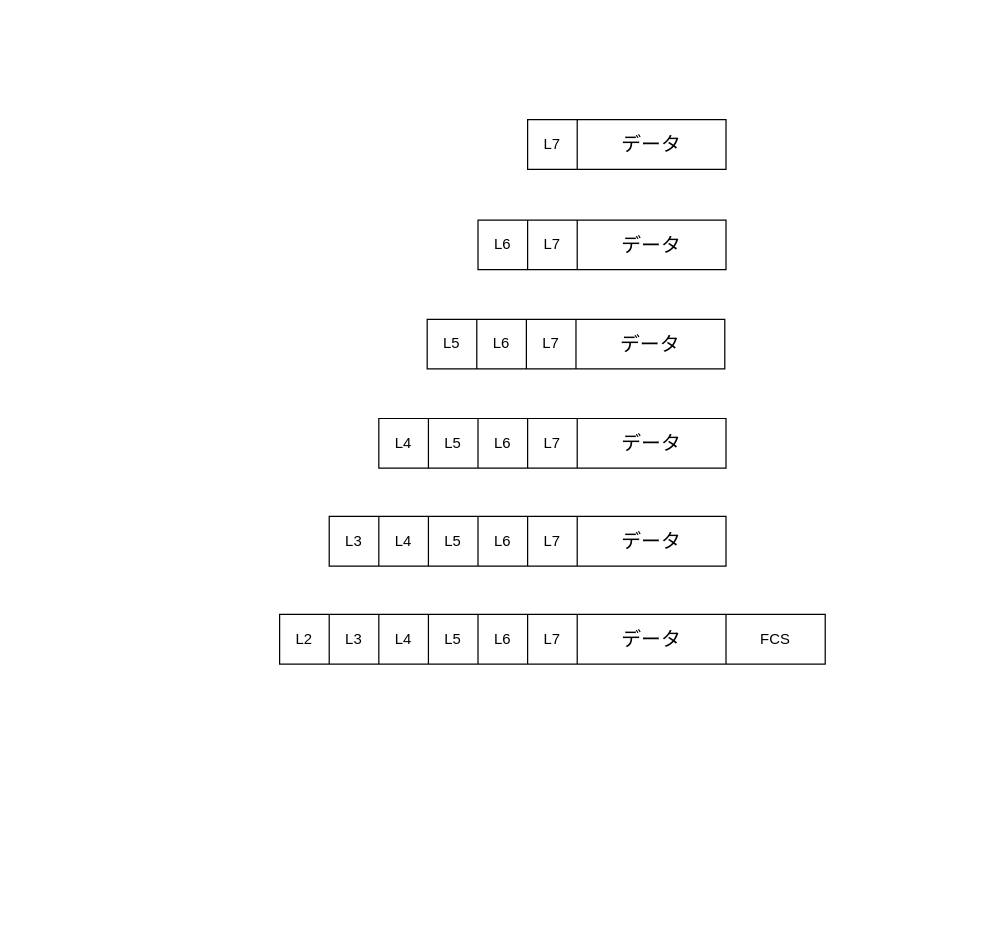
I-Kouta/CCNA_note keeps this draw.io diagram as Lesson1/L1.dio. Above is the earlier version. Source tidied: cells renumbered, new cells numbered last; positions are measured from the earlier drawing's top-left corner, leaving out a move shared by most shapes. Both pictures are drawn from the tidied source at 124%, with x=0, y=0 at pixel (279, 119).
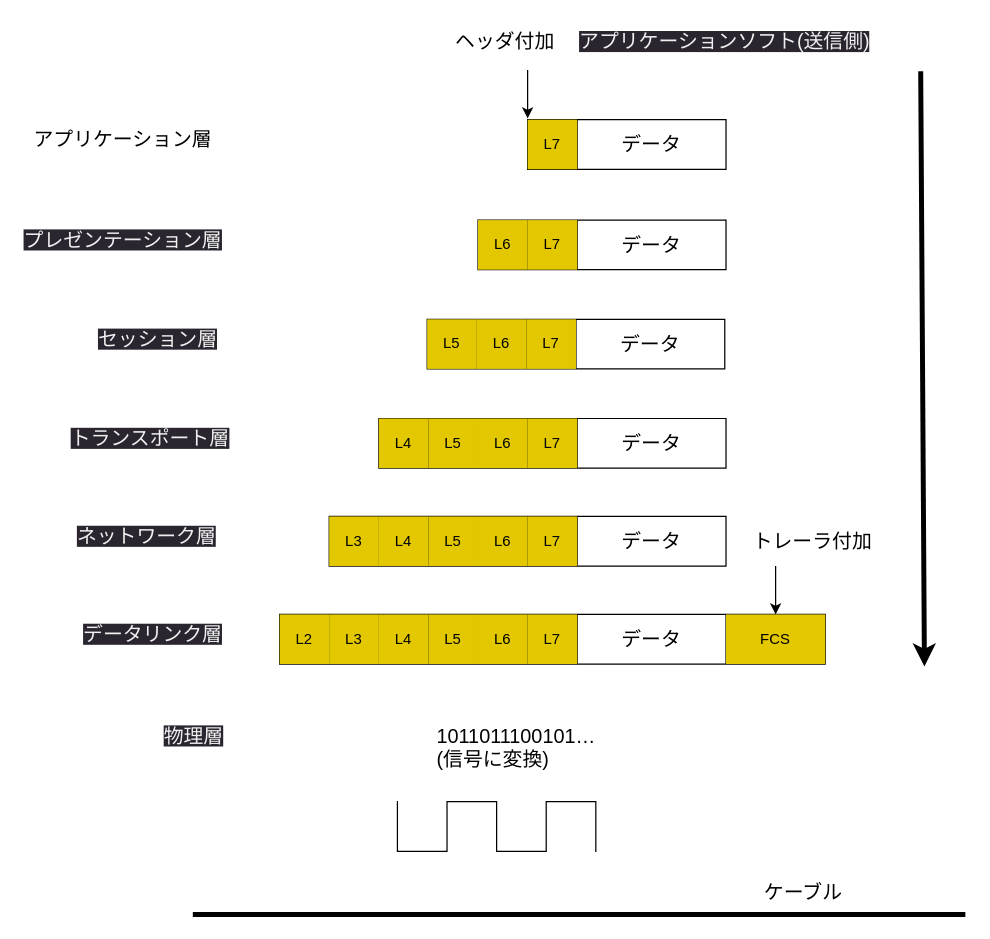
The same diagram, later.

Commit message (it also covers changes not shown here):
カプセル化画像作成

Unchanged cells that the change refers to:
```xml
<mxCell id="3" style="shape=tableRow;horizontal=0;startSize=0;swimlaneHead=0;swimlaneBody=0;top=0;left=0;bottom=0;right=0;fillColor=none;" parent="2" vertex="1">
  <mxGeometry width="160" height="40" as="geometry" />
</mxCell>
<mxCell id="7" style="shape=tableRow;horizontal=0;startSize=0;swimlaneHead=0;swimlaneBody=0;top=0;left=0;bottom=0;right=0;fillColor=none;" parent="6" vertex="1">
  <mxGeometry width="200" height="40" as="geometry" />
</mxCell>
<mxCell id="12" style="shape=tableRow;horizontal=0;startSize=0;swimlaneHead=0;swimlaneBody=0;top=0;left=0;bottom=0;right=0;fillColor=none;" parent="11" vertex="1">
  <mxGeometry width="240" height="40" as="geometry" />
</mxCell>
<mxCell id="18" style="shape=tableRow;horizontal=0;startSize=0;swimlaneHead=0;swimlaneBody=0;top=0;left=0;bottom=0;right=0;fillColor=none;" parent="17" vertex="1">
  <mxGeometry width="280" height="40" as="geometry" />
</mxCell>
<mxCell id="25" style="shape=tableRow;horizontal=0;startSize=0;swimlaneHead=0;swimlaneBody=0;top=0;left=0;bottom=0;right=0;fillColor=none;" parent="24" vertex="1">
  <mxGeometry width="320" height="40" as="geometry" />
</mxCell>
<mxCell id="33" style="shape=tableRow;horizontal=0;startSize=0;swimlaneHead=0;swimlaneBody=0;top=0;left=0;bottom=0;right=0;fillColor=none;" parent="32" vertex="1">
  <mxGeometry width="440" height="40" as="geometry" />
</mxCell>
```

Change to the diagram source:
```diff
@@
-    <mxCell id="4" value="L7" style="shape=partialRectangle;html=1;whiteSpace=wrap;fillColor=none;top=0;left=0;bottom=0;right=0;overflow=hidden;" parent="3" vertex="1">
+    <mxCell id="4" value="L7" style="shape=partialRectangle;html=1;whiteSpace=wrap;fillColor=#e3c800;top=0;left=0;bottom=0;right=0;overflow=hidden;fontColor=#000000;strokeColor=#B09500;" parent="3" vertex="1">
       <mxGeometry width="40" height="40" as="geometry" />
     </mxCell>
@@
-    <mxCell id="8" value="L6" style="shape=partialRectangle;html=1;whiteSpace=wrap;fillColor=none;top=0;left=0;bottom=0;right=0;overflow=hidden;" parent="7" vertex="1">
+    <mxCell id="8" value="L6" style="shape=partialRectangle;html=1;whiteSpace=wrap;fillColor=#e3c800;top=0;left=0;bottom=0;right=0;overflow=hidden;fontColor=#000000;strokeColor=#B09500;" parent="7" vertex="1">
       <mxGeometry width="40" height="40" as="geometry" />
     </mxCell>
-    <mxCell id="9" value="L7" style="shape=partialRectangle;html=1;whiteSpace=wrap;fillColor=none;top=0;left=0;bottom=0;right=0;overflow=hidden;" parent="7" vertex="1">
+    <mxCell id="9" value="L7" style="shape=partialRectangle;html=1;whiteSpace=wrap;fillColor=#e3c800;top=0;left=0;bottom=0;right=0;overflow=hidden;fontColor=#000000;strokeColor=#B09500;" parent="7" vertex="1">
       <mxGeometry x="40" width="40" height="40" as="geometry" />
     </mxCell>
@@
-    <mxCell id="13" value="L5" style="shape=partialRectangle;html=1;whiteSpace=wrap;fillColor=none;top=0;left=0;bottom=0;right=0;overflow=hidden;" parent="12" vertex="1">
+    <mxCell id="13" value="L5" style="shape=partialRectangle;html=1;whiteSpace=wrap;fillColor=#e3c800;top=0;left=0;bottom=0;right=0;overflow=hidden;fontColor=#000000;strokeColor=#B09500;" parent="12" vertex="1">
       <mxGeometry width="40" height="40" as="geometry" />
     </mxCell>
-    <mxCell id="14" value="L6" style="shape=partialRectangle;html=1;whiteSpace=wrap;fillColor=none;top=0;left=0;bottom=0;right=0;overflow=hidden;" parent="12" vertex="1">
+    <mxCell id="14" value="L6" style="shape=partialRectangle;html=1;whiteSpace=wrap;fillColor=#e3c800;top=0;left=0;bottom=0;right=0;overflow=hidden;fontColor=#000000;strokeColor=#B09500;" parent="12" vertex="1">
       <mxGeometry x="40" width="40" height="40" as="geometry" />
     </mxCell>
-    <mxCell id="15" value="L7" style="shape=partialRectangle;html=1;whiteSpace=wrap;fillColor=none;top=0;left=0;bottom=0;right=0;overflow=hidden;" parent="12" vertex="1">
+    <mxCell id="15" value="L7" style="shape=partialRectangle;html=1;whiteSpace=wrap;fillColor=#e3c800;top=0;left=0;bottom=0;right=0;overflow=hidden;fontColor=#000000;strokeColor=#B09500;" parent="12" vertex="1">
       <mxGeometry x="80" width="40" height="40" as="geometry" />
     </mxCell>
@@
-    <mxCell id="19" value="L4" style="shape=partialRectangle;html=1;whiteSpace=wrap;fillColor=none;top=0;left=0;bottom=0;right=0;overflow=hidden;" parent="18" vertex="1">
+    <mxCell id="19" value="L4" style="shape=partialRectangle;html=1;whiteSpace=wrap;fillColor=#e3c800;top=0;left=0;bottom=0;right=0;overflow=hidden;fontColor=#000000;strokeColor=#B09500;" parent="18" vertex="1">
       <mxGeometry width="40" height="40" as="geometry" />
     </mxCell>
-    <mxCell id="20" value="L5" style="shape=partialRectangle;html=1;whiteSpace=wrap;fillColor=none;top=0;left=0;bottom=0;right=0;overflow=hidden;" parent="18" vertex="1">
+    <mxCell id="20" value="L5" style="shape=partialRectangle;html=1;whiteSpace=wrap;fillColor=#e3c800;top=0;left=0;bottom=0;right=0;overflow=hidden;fontColor=#000000;strokeColor=#B09500;" parent="18" vertex="1">
       <mxGeometry x="40" width="40" height="40" as="geometry" />
     </mxCell>
-    <mxCell id="21" value="L6" style="shape=partialRectangle;html=1;whiteSpace=wrap;fillColor=none;top=0;left=0;bottom=0;right=0;overflow=hidden;" parent="18" vertex="1">
+    <mxCell id="21" value="L6" style="shape=partialRectangle;html=1;whiteSpace=wrap;fillColor=#e3c800;top=0;left=0;bottom=0;right=0;overflow=hidden;fontColor=#000000;strokeColor=#B09500;" parent="18" vertex="1">
       <mxGeometry x="80" width="40" height="40" as="geometry" />
     </mxCell>
-    <mxCell id="22" value="L7" style="shape=partialRectangle;html=1;whiteSpace=wrap;fillColor=none;top=0;left=0;bottom=0;right=0;overflow=hidden;" parent="18" vertex="1">
+    <mxCell id="22" value="L7" style="shape=partialRectangle;html=1;whiteSpace=wrap;fillColor=#e3c800;top=0;left=0;bottom=0;right=0;overflow=hidden;fontColor=#000000;strokeColor=#B09500;" parent="18" vertex="1">
       <mxGeometry x="120" width="40" height="40" as="geometry" />
     </mxCell>
@@
-    <mxCell id="26" value="L3" style="shape=partialRectangle;html=1;whiteSpace=wrap;fillColor=none;top=0;left=0;bottom=0;right=0;overflow=hidden;" parent="25" vertex="1">
+    <mxCell id="26" value="L3" style="shape=partialRectangle;html=1;whiteSpace=wrap;fillColor=#e3c800;top=0;left=0;bottom=0;right=0;overflow=hidden;fontColor=#000000;strokeColor=#B09500;" parent="25" vertex="1">
       <mxGeometry width="40" height="40" as="geometry" />
     </mxCell>
-    <mxCell id="27" value="L4" style="shape=partialRectangle;html=1;whiteSpace=wrap;fillColor=none;top=0;left=0;bottom=0;right=0;overflow=hidden;" parent="25" vertex="1">
+    <mxCell id="27" value="L4" style="shape=partialRectangle;html=1;whiteSpace=wrap;fillColor=#e3c800;top=0;left=0;bottom=0;right=0;overflow=hidden;fontColor=#000000;strokeColor=#B09500;" parent="25" vertex="1">
       <mxGeometry x="40" width="40" height="40" as="geometry" />
     </mxCell>
-    <mxCell id="28" value="L5" style="shape=partialRectangle;html=1;whiteSpace=wrap;fillColor=none;top=0;left=0;bottom=0;right=0;overflow=hidden;" parent="25" vertex="1">
+    <mxCell id="28" value="L5" style="shape=partialRectangle;html=1;whiteSpace=wrap;fillColor=#e3c800;top=0;left=0;bottom=0;right=0;overflow=hidden;fontColor=#000000;strokeColor=#B09500;" parent="25" vertex="1">
       <mxGeometry x="80" width="40" height="40" as="geometry" />
     </mxCell>
-    <mxCell id="29" value="L6" style="shape=partialRectangle;html=1;whiteSpace=wrap;fillColor=none;top=0;left=0;bottom=0;right=0;overflow=hidden;" parent="25" vertex="1">
+    <mxCell id="29" value="L6" style="shape=partialRectangle;html=1;whiteSpace=wrap;fillColor=#e3c800;top=0;left=0;bottom=0;right=0;overflow=hidden;fontColor=#000000;strokeColor=#B09500;" parent="25" vertex="1">
       <mxGeometry x="120" width="40" height="40" as="geometry" />
     </mxCell>
-    <mxCell id="30" value="L7" style="shape=partialRectangle;html=1;whiteSpace=wrap;fillColor=none;top=0;left=0;bottom=0;right=0;overflow=hidden;" parent="25" vertex="1">
+    <mxCell id="30" value="L7" style="shape=partialRectangle;html=1;whiteSpace=wrap;fillColor=#e3c800;top=0;left=0;bottom=0;right=0;overflow=hidden;fontColor=#000000;strokeColor=#B09500;" parent="25" vertex="1">
       <mxGeometry x="160" width="40" height="40" as="geometry" />
     </mxCell>
@@
-    <mxCell id="34" value="L2" style="shape=partialRectangle;html=1;whiteSpace=wrap;fillColor=none;top=0;left=0;bottom=0;right=0;overflow=hidden;" parent="33" vertex="1">
+    <mxCell id="34" value="L2" style="shape=partialRectangle;html=1;whiteSpace=wrap;fillColor=#e3c800;top=0;left=0;bottom=0;right=0;overflow=hidden;fontColor=#000000;strokeColor=#B09500;" parent="33" vertex="1">
       <mxGeometry width="40" height="40" as="geometry" />
     </mxCell>
-    <mxCell id="35" value="L3" style="shape=partialRectangle;html=1;whiteSpace=wrap;fillColor=none;top=0;left=0;bottom=0;right=0;overflow=hidden;" parent="33" vertex="1">
+    <mxCell id="35" value="L3" style="shape=partialRectangle;html=1;whiteSpace=wrap;fillColor=#e3c800;top=0;left=0;bottom=0;right=0;overflow=hidden;fontColor=#000000;strokeColor=#B09500;" parent="33" vertex="1">
       <mxGeometry x="40" width="40" height="40" as="geometry" />
     </mxCell>
-    <mxCell id="36" value="L4" style="shape=partialRectangle;html=1;whiteSpace=wrap;fillColor=none;top=0;left=0;bottom=0;right=0;overflow=hidden;" parent="33" vertex="1">
+    <mxCell id="36" value="L4" style="shape=partialRectangle;html=1;whiteSpace=wrap;fillColor=#e3c800;top=0;left=0;bottom=0;right=0;overflow=hidden;fontColor=#000000;strokeColor=#B09500;" parent="33" vertex="1">
       <mxGeometry x="80" width="40" height="40" as="geometry" />
     </mxCell>
-    <mxCell id="37" value="L5" style="shape=partialRectangle;html=1;whiteSpace=wrap;fillColor=none;top=0;left=0;bottom=0;right=0;overflow=hidden;" parent="33" vertex="1">
+    <mxCell id="37" value="L5" style="shape=partialRectangle;html=1;whiteSpace=wrap;fillColor=#e3c800;top=0;left=0;bottom=0;right=0;overflow=hidden;fontColor=#000000;strokeColor=#B09500;" parent="33" vertex="1">
       <mxGeometry x="120" width="40" height="40" as="geometry" />
     </mxCell>
-    <mxCell id="38" value="L6" style="shape=partialRectangle;html=1;whiteSpace=wrap;fillColor=none;top=0;left=0;bottom=0;right=0;overflow=hidden;" parent="33" vertex="1">
+    <mxCell id="38" value="L6" style="shape=partialRectangle;html=1;whiteSpace=wrap;fillColor=#e3c800;top=0;left=0;bottom=0;right=0;overflow=hidden;fontColor=#000000;strokeColor=#B09500;" parent="33" vertex="1">
       <mxGeometry x="160" width="40" height="40" as="geometry" />
     </mxCell>
-    <mxCell id="39" value="L7" style="shape=partialRectangle;html=1;whiteSpace=wrap;fillColor=none;top=0;left=0;bottom=0;right=0;overflow=hidden;" parent="33" vertex="1">
+    <mxCell id="39" value="L7" style="shape=partialRectangle;html=1;whiteSpace=wrap;fillColor=#e3c800;top=0;left=0;bottom=0;right=0;overflow=hidden;fontColor=#000000;strokeColor=#B09500;" parent="33" vertex="1">
       <mxGeometry x="200" width="40" height="40" as="geometry" />
     </mxCell>
@@
-    <mxCell id="41" value="FCS" style="shape=partialRectangle;html=1;whiteSpace=wrap;fillColor=none;top=0;left=0;bottom=0;right=0;overflow=hidden;" parent="33" vertex="1">
+    <mxCell id="41" value="FCS" style="shape=partialRectangle;html=1;whiteSpace=wrap;fillColor=#e3c800;top=0;left=0;bottom=0;right=0;overflow=hidden;fontColor=#000000;strokeColor=#B09500;" parent="33" vertex="1">
       <mxGeometry x="360" width="80" height="40" as="geometry" />
     </mxCell>
+    <mxCell id="42" value="&lt;div style=&quot;text-align: center;&quot;&gt;アプリケーション層&lt;br&gt;&lt;/div&gt;" style="text;whiteSpace=wrap;html=1;fontSize=16;" parent="1" vertex="1">
+      <mxGeometry x="-200" width="160" height="40" as="geometry" />
+    </mxCell>
+    <mxCell id="43" value="&lt;span style=&quot;color: rgb(240, 240, 240); font-family: Helvetica; font-size: 16px; font-style: normal; font-variant-ligatures: normal; font-variant-caps: normal; font-weight: 400; letter-spacing: normal; orphans: 2; text-align: center; text-indent: 0px; text-transform: none; widows: 2; word-spacing: 0px; -webkit-text-stroke-width: 0px; background-color: rgb(42, 37, 47); text-decoration-thickness: initial; text-decoration-style: initial; text-decoration-color: initial; float: none; display: inline !important;&quot;&gt;プレゼンテーション層&lt;/span&gt;" style="text;whiteSpace=wrap;html=1;fontSize=16;" parent="1" vertex="1">
+      <mxGeometry x="-208" y="81" width="168" height="40" as="geometry" />
+    </mxCell>
+    <mxCell id="44" value="&lt;span style=&quot;color: rgb(240, 240, 240); font-family: Helvetica; font-size: 16px; font-style: normal; font-variant-ligatures: normal; font-variant-caps: normal; font-weight: 400; letter-spacing: normal; orphans: 2; text-align: center; text-indent: 0px; text-transform: none; widows: 2; word-spacing: 0px; -webkit-text-stroke-width: 0px; background-color: rgb(42, 37, 47); text-decoration-thickness: initial; text-decoration-style: initial; text-decoration-color: initial; float: none; display: inline !important;&quot;&gt;セッション層&lt;/span&gt;" style="text;whiteSpace=wrap;html=1;fontSize=16;" parent="1" vertex="1">
+      <mxGeometry x="-148" y="161" width="110" height="40" as="geometry" />
+    </mxCell>
+    <mxCell id="45" value="&lt;span style=&quot;color: rgb(240, 240, 240); font-family: Helvetica; font-size: 16px; font-style: normal; font-variant-ligatures: normal; font-variant-caps: normal; font-weight: 400; letter-spacing: normal; orphans: 2; text-align: center; text-indent: 0px; text-transform: none; widows: 2; word-spacing: 0px; -webkit-text-stroke-width: 0px; background-color: rgb(42, 37, 47); text-decoration-thickness: initial; text-decoration-style: initial; text-decoration-color: initial; float: none; display: inline !important;&quot;&gt;トランスポート層&lt;/span&gt;" style="text;whiteSpace=wrap;html=1;fontSize=16;" parent="1" vertex="1">
+      <mxGeometry x="-170" y="241" width="130" height="40" as="geometry" />
+    </mxCell>
+    <mxCell id="46" value="&lt;span style=&quot;color: rgb(240, 240, 240); font-family: Helvetica; font-size: 16px; font-style: normal; font-variant-ligatures: normal; font-variant-caps: normal; font-weight: 400; letter-spacing: normal; orphans: 2; text-align: center; text-indent: 0px; text-transform: none; widows: 2; word-spacing: 0px; -webkit-text-stroke-width: 0px; background-color: rgb(42, 37, 47); text-decoration-thickness: initial; text-decoration-style: initial; text-decoration-color: initial; float: none; display: inline !important;&quot;&gt;ネットワーク層&lt;/span&gt;" style="text;whiteSpace=wrap;html=1;fontSize=16;" parent="1" vertex="1">
+      <mxGeometry x="-165" y="320" width="125" height="40" as="geometry" />
+    </mxCell>
+    <mxCell id="47" value="&lt;span style=&quot;color: rgb(240, 240, 240); font-family: Helvetica; font-size: 16px; font-style: normal; font-variant-ligatures: normal; font-variant-caps: normal; font-weight: 400; letter-spacing: normal; orphans: 2; text-align: center; text-indent: 0px; text-transform: none; widows: 2; word-spacing: 0px; -webkit-text-stroke-width: 0px; background-color: rgb(42, 37, 47); text-decoration-thickness: initial; text-decoration-style: initial; text-decoration-color: initial; float: none; display: inline !important;&quot;&gt;データリンク層&lt;/span&gt;" style="text;whiteSpace=wrap;html=1;fontSize=16;" parent="1" vertex="1">
+      <mxGeometry x="-160" y="399" width="120" height="40" as="geometry" />
+    </mxCell>
+    <mxCell id="48" value="&lt;div style=&quot;text-align: center;&quot;&gt;&lt;span style=&quot;background-color: initial;&quot;&gt;ヘッダ付加&lt;/span&gt;&lt;/div&gt;" style="text;whiteSpace=wrap;html=1;fontSize=16;" parent="1" vertex="1">
+      <mxGeometry x="140" y="-79" width="100" height="40" as="geometry" />
+    </mxCell>
+    <mxCell id="49" value="&lt;span style=&quot;color: rgb(240, 240, 240); font-family: Helvetica; font-size: 16px; font-style: normal; font-variant-ligatures: normal; font-variant-caps: normal; font-weight: 400; letter-spacing: normal; orphans: 2; text-align: center; text-indent: 0px; text-transform: none; widows: 2; word-spacing: 0px; -webkit-text-stroke-width: 0px; background-color: rgb(42, 37, 47); text-decoration-thickness: initial; text-decoration-style: initial; text-decoration-color: initial; float: none; display: inline !important;&quot;&gt;アプリケーションソフト(送信側)&lt;/span&gt;" style="text;whiteSpace=wrap;html=1;fontSize=16;" parent="1" vertex="1">
+      <mxGeometry x="240" y="-79" width="249" height="40" as="geometry" />
+    </mxCell>
+    <mxCell id="50" style="endArrow=classic;html=1;fontSize=16;" parent="1" edge="1">
+      <mxGeometry relative="1" as="geometry">
+        <mxPoint x="200" y="-40" as="sourcePoint" />
+        <mxPoint x="200" y="-1" as="targetPoint" />
+      </mxGeometry>
+    </mxCell>
+    <mxCell id="51" style="endArrow=classic;html=1;fontSize=16;strokeWidth=4;" parent="1" edge="1">
+      <mxGeometry relative="1" as="geometry">
+        <mxPoint x="517" y="-39" as="sourcePoint" />
+        <mxPoint x="520" y="441" as="targetPoint" />
+      </mxGeometry>
+    </mxCell>
+    <mxCell id="52" value="&lt;span style=&quot;color: rgb(240, 240, 240); font-family: Helvetica; font-size: 16px; font-style: normal; font-variant-ligatures: normal; font-variant-caps: normal; font-weight: 400; letter-spacing: normal; orphans: 2; text-align: center; text-indent: 0px; text-transform: none; widows: 2; word-spacing: 0px; -webkit-text-stroke-width: 0px; background-color: rgb(42, 37, 47); text-decoration-thickness: initial; text-decoration-style: initial; text-decoration-color: initial; float: none; display: inline !important;&quot;&gt;物理層&lt;/span&gt;" style="text;whiteSpace=wrap;html=1;fontSize=16;" parent="1" vertex="1">
+      <mxGeometry x="-95" y="481" width="55" height="40" as="geometry" />
+    </mxCell>
+    <mxCell id="53" style="endArrow=none;html=1;fontSize=16;strokeWidth=4;endFill=0;" parent="1" edge="1">
+      <mxGeometry relative="1" as="geometry">
+        <mxPoint x="-70" y="641" as="sourcePoint" />
+        <mxPoint x="553" y="641" as="targetPoint" />
+      </mxGeometry>
+    </mxCell>
+    <mxCell id="54" style="group;" parent="1" vertex="1">
+      <mxGeometry x="95" y="530" width="160" height="60" as="geometry" />
+    </mxCell>
+    <mxCell id="55" style="shape=partialRectangle;whiteSpace=wrap;html=1;bottom=1;right=1;left=1;top=0;fillColor=none;routingCenterX=-0.5;fontSize=16;" parent="54" vertex="1">
+      <mxGeometry y="20" width="40" height="40" as="geometry" />
+    </mxCell>
+    <mxCell id="56" style="edgeStyle=elbowEdgeStyle;elbow=horizontal;endArrow=none;html=1;curved=0;rounded=0;endSize=8;startSize=8;strokeWidth=1;fontSize=16;endFill=0;" parent="54" edge="1">
+      <mxGeometry relative="1" as="geometry">
+        <mxPoint x="40" y="20" as="sourcePoint" />
+        <mxPoint x="120" y="60" as="targetPoint" />
+        <Array as="points">
+          <mxPoint x="80" />
+        </Array>
+      </mxGeometry>
+    </mxCell>
+    <mxCell id="57" style="shape=partialRectangle;whiteSpace=wrap;html=1;bottom=1;right=1;left=1;top=0;fillColor=none;routingCenterX=-0.5;fontSize=16;direction=west;" parent="54" vertex="1">
+      <mxGeometry x="120" y="20" width="40" height="40" as="geometry" />
+    </mxCell>
+    <mxCell id="58" value="&lt;div style=&quot;text-align: center;&quot;&gt;&lt;span style=&quot;background-color: initial;&quot;&gt;トレーラ付加&lt;/span&gt;&lt;/div&gt;" style="text;whiteSpace=wrap;html=1;fontSize=16;" parent="1" vertex="1">
+      <mxGeometry x="380" y="324" width="100" height="35" as="geometry" />
+    </mxCell>
+    <mxCell id="59" style="endArrow=classic;html=1;fontSize=16;" parent="1" edge="1">
+      <mxGeometry relative="1" as="geometry">
+        <mxPoint x="400" y="360" as="sourcePoint" />
+        <mxPoint x="400" y="399" as="targetPoint" />
+      </mxGeometry>
+    </mxCell>
+    <mxCell id="60" value="ケーブル" style="text;whiteSpace=wrap;html=1;fontSize=16;" parent="1" vertex="1">
+      <mxGeometry x="389" y="607" width="81" height="31" as="geometry" />
+    </mxCell>
+    <mxCell id="61" value="1011011100101…&lt;br&gt;(信号に変換)" style="text;whiteSpace=wrap;html=1;fontSize=16;" parent="1" vertex="1">
+      <mxGeometry x="125" y="481" width="155" height="40" as="geometry" />
+    </mxCell>
```
